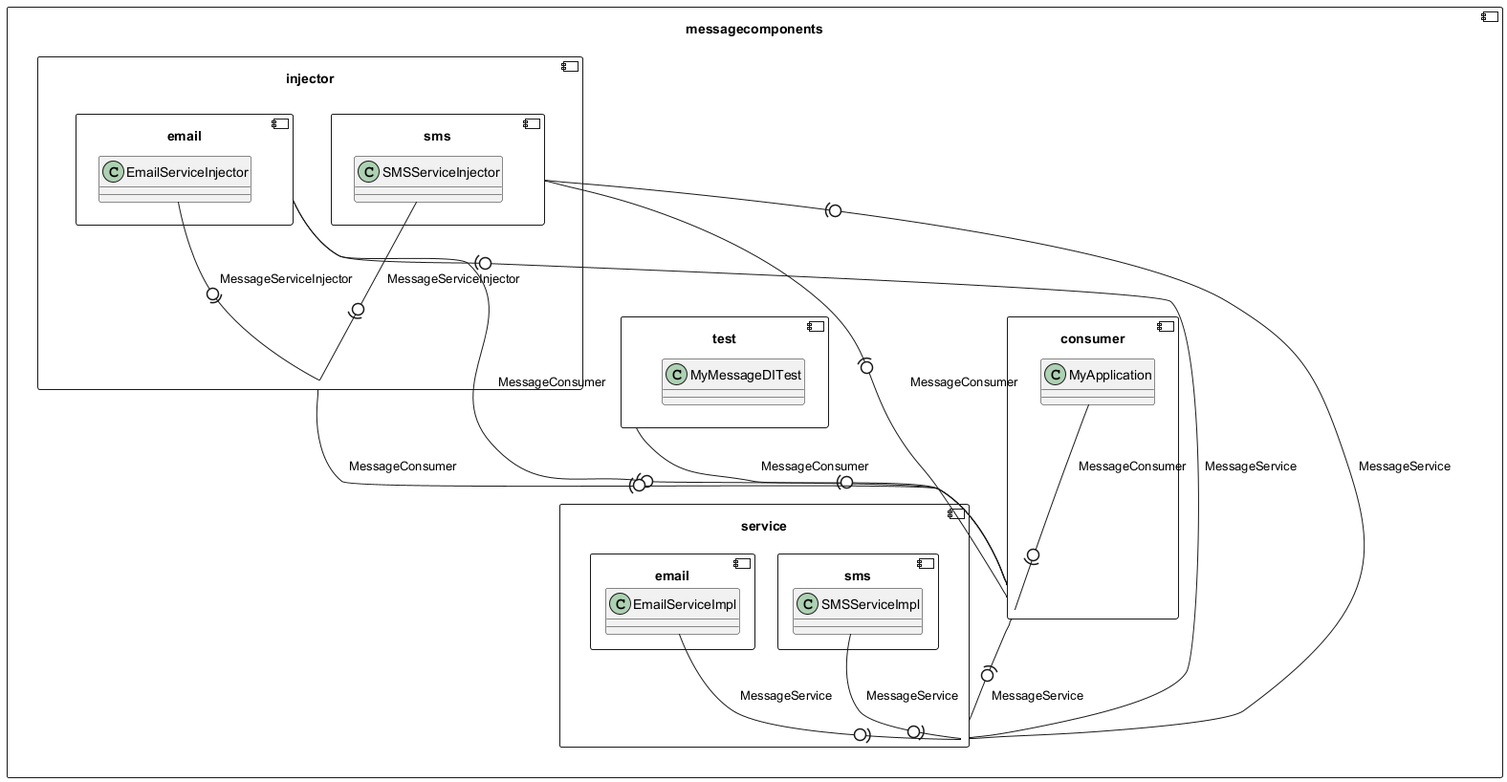
Earlier version of the PlantUML export src/component_diagram.png (Antonia123456/ComponentDiagramGenerator).
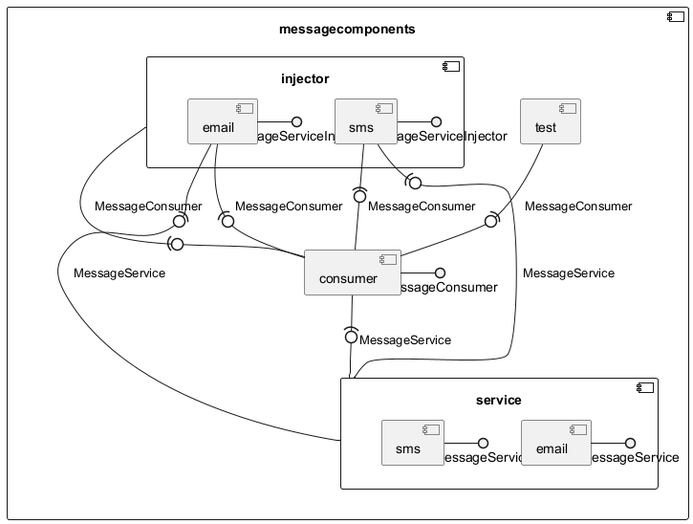
Above is the later version.

The edit, as a diff of the source:
```diff
@@ -2,37 +2,31 @@
 component messagecomponents {
 component messagecomponents.injector {
 component messagecomponents.injector.email {
-  class messagecomponents.injector.email.EmailServiceInjector
 }
 component messagecomponents.injector.sms {
-  class messagecomponents.injector.sms.SMSServiceInjector
 }
 }
 component messagecomponents.consumer {
-  class messagecomponents.consumer.MyApplication
 }
 component messagecomponents.test {
-  class messagecomponents.test.MyMessageDITest
 }
 component messagecomponents.service {
 component messagecomponents.service.email {
-  class messagecomponents.service.email.EmailServiceImpl
 }
 component messagecomponents.service.sms {
-  class messagecomponents.service.sms.SMSServiceImpl
 }
 }
 }
-messagecomponents.consumer.MyApplication -0)- messagecomponents.consumer : "MessageConsumer"
-messagecomponents.service.email.EmailServiceImpl -0)- messagecomponents.service : "MessageService"
-messagecomponents.injector.email.EmailServiceInjector -0)- messagecomponents.injector : "MessageServiceInjector"
-messagecomponents.service.sms.SMSServiceImpl -0)- messagecomponents.service : "MessageService"
-messagecomponents.injector.sms.SMSServiceInjector -0)- messagecomponents.injector : "MessageServiceInjector"
+messagecomponents.consumer -() MessageConsumer
+messagecomponents.injector.email -() MessageServiceInjector
+messagecomponents.service.email -() MessageService
+messagecomponents.service.sms -() MessageService
+messagecomponents.injector.sms -() MessageServiceInjector
 messagecomponents.consumer -(0- messagecomponents.service : "MessageService"
 messagecomponents.injector.email -(0- messagecomponents.consumer : "MessageConsumer"
 messagecomponents.injector.email -(0- messagecomponents.service : "MessageService"
+messagecomponents.injector -(0- messagecomponents.consumer : "MessageConsumer"
+messagecomponents.test -(0- messagecomponents.consumer : "MessageConsumer"
 messagecomponents.injector.sms -(0- messagecomponents.consumer : "MessageConsumer"
 messagecomponents.injector.sms -(0- messagecomponents.service : "MessageService"
-messagecomponents.test -(0- messagecomponents.consumer : "MessageConsumer"
-messagecomponents.injector -(0- messagecomponents.consumer : "MessageConsumer"
 @enduml
```
